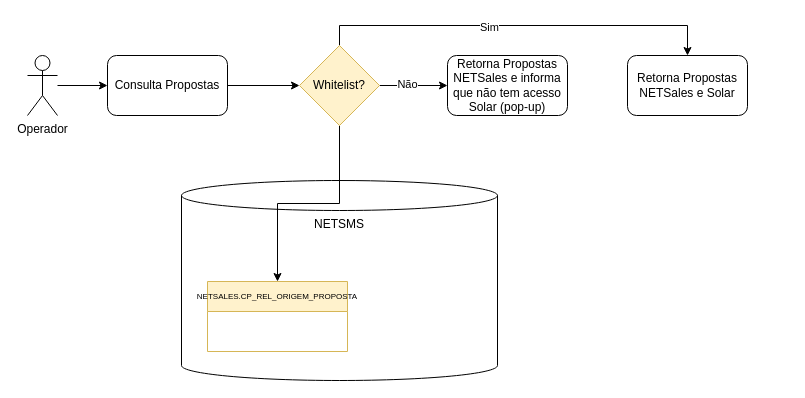
Before: Trava Legado x Solar  - whitelist acesso propostas Solar no NETSales.drawio in samirali/ClaroBrasil, a draw.io diagram. Source tidied: cells renumbered, new cells numbered last; positions are measured from the earlier drawing's top-left corner, leaving out a move shared by most shapes. Both pictures are drawn from the tidied source at 100%, with x=0, y=0 at pixel (27, 45).
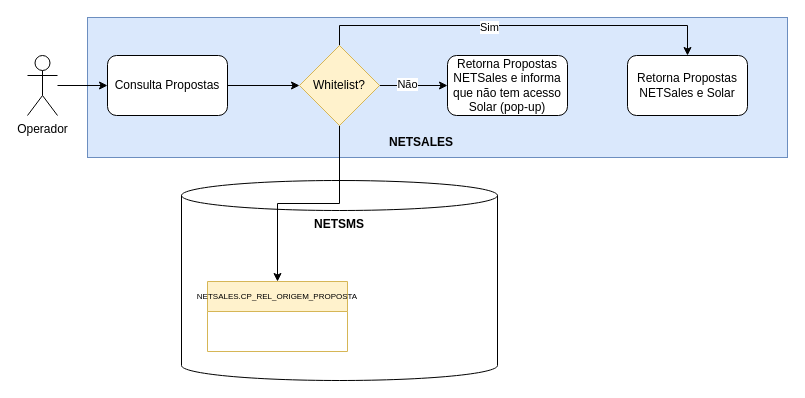
After the change.

Change to the diagram source:
```diff
@@
 <mxGraphModel>
   <root>
     <mxCell id="0" />
     <mxCell id="1" parent="0" />
+    <mxCell id="16" style="rounded=0;whiteSpace=wrap;html=1;fillColor=#dae8fc;strokeColor=#6c8ebf;" parent="1" vertex="1">
+      <mxGeometry x="60" y="-28" width="700" height="140" as="geometry" />
+    </mxCell>
-    <mxCell id="2" value="NETSMS" style="shape=cylinder3;whiteSpace=wrap;html=1;boundedLbl=1;backgroundOutline=1;size=15;verticalAlign=top;" parent="1" vertex="1">
+    <mxCell id="2" value="&lt;b&gt;NETSMS&lt;/b&gt;" style="shape=cylinder3;whiteSpace=wrap;html=1;boundedLbl=1;backgroundOutline=1;size=15;verticalAlign=top;" parent="1" vertex="1">
       <mxGeometry x="154" y="135" width="316" height="200" as="geometry" />
     </mxCell>
     <mxCell id="3" style="edgeStyle=orthogonalEdgeStyle;rounded=0;jettySize=auto;html=1;entryX=0;entryY=0.5;entryDx=0;entryDy=0;" parent="1" edge="1" source="4" target="7">
       <mxGeometry relative="1" as="geometry" />
     </mxCell>
     <mxCell id="4" value="Operador" style="shape=umlActor;verticalLabelPosition=bottom;verticalAlign=top;html=1;outlineConnect=0;" parent="1" vertex="1">
       <mxGeometry y="10" width="30" height="60" as="geometry" />
     </mxCell>
     <mxCell id="5" style="edgeStyle=orthogonalEdgeStyle;rounded=0;jettySize=auto;html=1;entryX=0.5;entryY=0;entryDx=0;entryDy=0;startArrow=none;startFill=0;exitX=0.5;exitY=1;exitDx=0;exitDy=0;" parent="1" edge="1" source="14" target="8">
       <mxGeometry relative="1" as="geometry" />
     </mxCell>
     <mxCell id="6" style="edgeStyle=orthogonalEdgeStyle;rounded=0;jettySize=auto;html=1;entryX=0;entryY=0.5;entryDx=0;entryDy=0;" parent="1" edge="1" source="7" target="14">
       <mxGeometry relative="1" as="geometry" />
     </mxCell>
     <mxCell id="7" value="Consulta Propostas" style="rounded=1;whiteSpace=wrap;html=1;" parent="1" vertex="1">
       <mxGeometry x="80" y="10" width="120" height="60" as="geometry" />
     </mxCell>
     <mxCell id="8" value="&lt;span style=&quot;font-size: 8px; font-family: &amp;quot;Segoe UI Light&amp;quot;;&quot;&gt;NETSALES.CP_REL_ORIGEM_PROPOSTA&lt;/span&gt;" style="swimlane;fontStyle=0;horizontal=1;startSize=30;whiteSpace=wrap;html=1;fontSize=8;fillColor=#fff2cc;strokeColor=#d6b656;" parent="1" vertex="1">
       <mxGeometry x="180" y="236" width="140" height="70" as="geometry" />
     </mxCell>
     <mxCell id="9" value="Retorna Propostas NETSales e Solar" style="rounded=1;whiteSpace=wrap;html=1;" parent="1" vertex="1">
       <mxGeometry x="600" y="10" width="120" height="60" as="geometry" />
     </mxCell>
     <mxCell id="10" style="edgeStyle=orthogonalEdgeStyle;rounded=0;jettySize=auto;html=1;entryX=0.5;entryY=0;entryDx=0;entryDy=0;exitX=0.5;exitY=0;exitDx=0;exitDy=0;" parent="1" edge="1" source="14" target="9">
       <mxGeometry relative="1" as="geometry" />
     </mxCell>
     <mxCell id="11" value="Sim" style="edgeLabel;html=1;align=center;verticalAlign=middle;" parent="10" vertex="1">
       <mxGeometry x="-0.15" y="-1" relative="1" as="geometry" />
     </mxCell>
     <mxCell id="12" style="edgeStyle=orthogonalEdgeStyle;rounded=0;jettySize=auto;html=1;entryX=0;entryY=0.5;entryDx=0;entryDy=0;" parent="1" edge="1" source="14" target="15">
       <mxGeometry relative="1" as="geometry" />
     </mxCell>
     <mxCell id="13" value="Não" style="edgeLabel;html=1;align=center;verticalAlign=middle;" parent="12" vertex="1">
       <mxGeometry x="-0.21" y="2" relative="1" as="geometry" />
     </mxCell>
     <mxCell id="14" value="Whitelist?" style="rhombus;whiteSpace=wrap;html=1;fillColor=#fff2cc;strokeColor=#d6b656;" parent="1" vertex="1">
       <mxGeometry x="272" width="80" height="80" as="geometry" />
     </mxCell>
     <mxCell id="15" value="Retorna Propostas NETSales e informa que não tem acesso Solar (pop-up)" style="rounded=1;whiteSpace=wrap;html=1;" parent="1" vertex="1">
       <mxGeometry x="420" y="10" width="120" height="60" as="geometry" />
     </mxCell>
+    <mxCell id="17" value="&lt;b&gt;NETSALES&lt;/b&gt;" style="text;html=1;align=center;verticalAlign=middle;whiteSpace=wrap;rounded=0;" parent="1" vertex="1">
+      <mxGeometry x="364" y="82" width="60" height="30" as="geometry" />
+    </mxCell>
   </root>
 </mxGraphModel>
```
